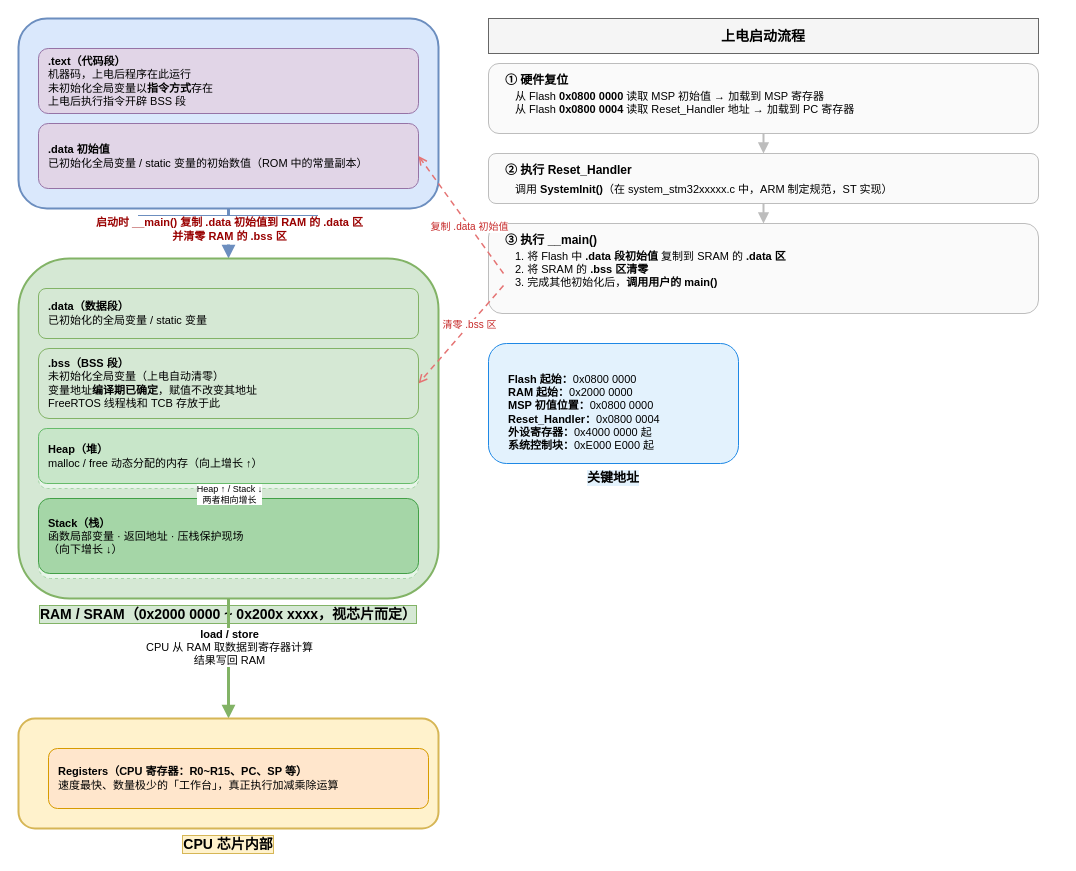
This is 术中自有万钟粟/Cortex-M4内核原理/arm_mcu内存划分.drawio from evil0knight/Basic_learning_record, a draw.io file, before an edit. Source tidied: cells renumbered, new cells numbered last; positions are measured from the earlier drawing's top-left corner, leaving out a move shared by most shapes. Both pictures are drawn from the tidied source at 100%, with x=0, y=0 at pixel (18, 18).
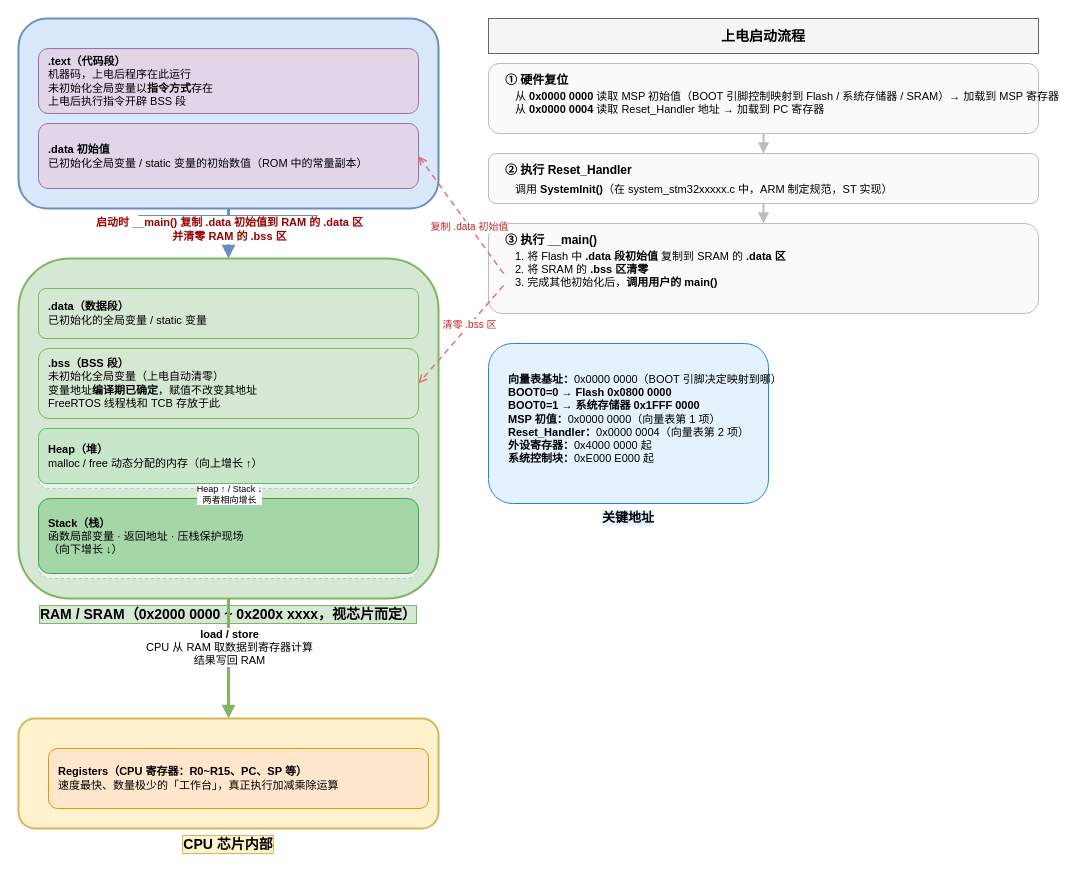
The same page after the edit.

Commit message (it also covers changes not shown here):
drawio启动流程修正：向量表从0x0000 0000取MSP和Reset_Handler（BOOT引脚决定映射目标）

What changed in the source:
```diff
@@
-    <mxCell id="23" value="从 Flash &lt;b&gt;0x0800 0000&lt;/b&gt; 读取 MSP 初始值 → 加载到 MSP 寄存器&lt;br&gt;从 Flash &lt;b&gt;0x0800 0004&lt;/b&gt; 读取 Reset_Handler 地址 → 加载到 PC 寄存器" style="text;html=1;fontSize=11;fillColor=none;strokeColor=none;align=left;spacingLeft=10;" parent="1" vertex="1">
+    <mxCell id="23" value="从 &lt;b&gt;0x0000 0000&lt;/b&gt; 读取 MSP 初始值（BOOT 引脚控制映射到 Flash / 系统存储器 / SRAM）→ 加载到 MSP 寄存器&lt;br&gt;从 &lt;b&gt;0x0000 0004&lt;/b&gt; 读取 Reset_Handler 地址 → 加载到 PC 寄存器" style="text;html=1;fontSize=11;fillColor=none;strokeColor=none;align=left;spacingLeft=10;" parent="1" vertex="1">
       <mxGeometry x="485" y="65" width="520" height="40" as="geometry" />
     </mxCell>
@@
     <mxCell id="32" value="&lt;b&gt;关键地址&lt;/b&gt;" style="rounded=1;whiteSpace=wrap;html=1;fillColor=#e3f2fd;strokeColor=#1e88e5;fontSize=13;fontStyle=1;align=center;verticalAlign=top;verticalLabelPosition=bottom;labelBackgroundColor=#e3f2fd;" parent="1" vertex="1">
-      <mxGeometry x="470" y="325" width="250" height="120" as="geometry" />
+      <mxGeometry x="470" y="325" width="280" height="160" as="geometry" />
     </mxCell>
-    <mxCell id="33" value="&lt;b&gt;Flash 起始：&lt;/b&gt;0x0800 0000&lt;br&gt;&lt;b&gt;RAM 起始：&lt;/b&gt;0x2000 0000&lt;br&gt;&lt;b&gt;MSP 初值位置：&lt;/b&gt;0x0800 0000&lt;br&gt;&lt;b&gt;Reset_Handler：&lt;/b&gt;0x0800 0004&lt;br&gt;&lt;b&gt;外设寄存器：&lt;/b&gt;0x4000 0000 起&lt;br&gt;&lt;b&gt;系统控制块：&lt;/b&gt;0xE000 E000 起" style="text;html=1;fontSize=11;fillColor=none;strokeColor=none;align=left;spacingLeft=8;" parent="1" vertex="1">
-      <mxGeometry x="480" y="348" width="230" height="90" as="geometry" />
+    <mxCell id="33" value="&lt;b&gt;向量表基址：&lt;/b&gt;0x0000 0000（BOOT 引脚决定映射到哪）&lt;br&gt;&lt;b&gt;  BOOT0=0 → Flash 0x0800 0000&lt;/b&gt;&lt;br&gt;&lt;b&gt;  BOOT0=1 → 系统存储器 0x1FFF 0000&lt;/b&gt;&lt;br&gt;&lt;b&gt;MSP 初值：&lt;/b&gt;0x0000 0000（向量表第 1 项）&lt;br&gt;&lt;b&gt;Reset_Handler：&lt;/b&gt;0x0000 0004（向量表第 2 项）&lt;br&gt;&lt;b&gt;外设寄存器：&lt;/b&gt;0x4000 0000 起&lt;br&gt;&lt;b&gt;系统控制块：&lt;/b&gt;0xE000 E000 起" style="text;html=1;fontSize=11;fillColor=none;strokeColor=none;align=left;spacingLeft=8;" parent="1" vertex="1">
+      <mxGeometry x="480" y="348" width="260" height="130" as="geometry" />
     </mxCell>
```
